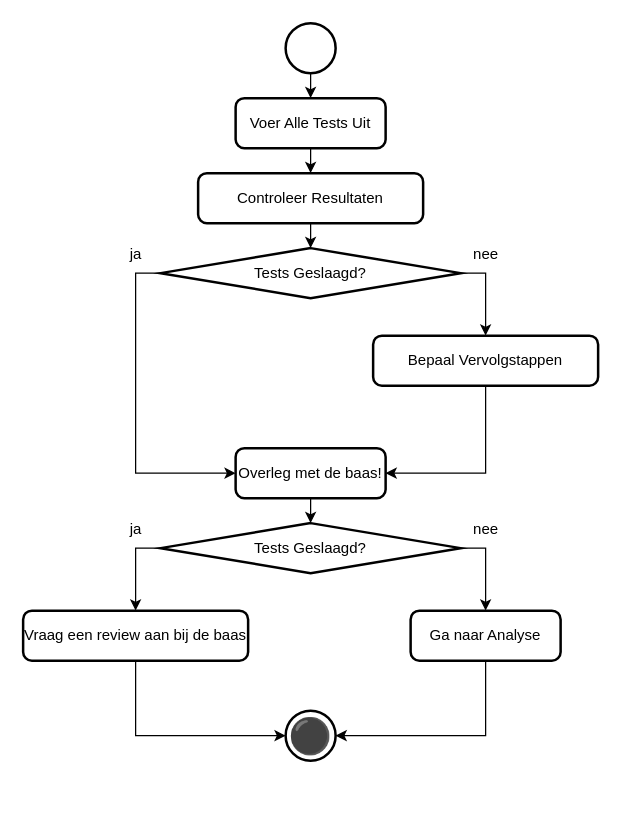
The draw.io diagram 5 Issue Tracker test.drawio in Zaibatsu89/IssueTracker, before the edit. Source tidied: cells renumbered, new cells numbered last; positions are measured from the earlier drawing's top-left corner, leaving out a move shared by most shapes. Both pictures are drawn from the tidied source at 125%, with x=0, y=0 at pixel (22, 22).
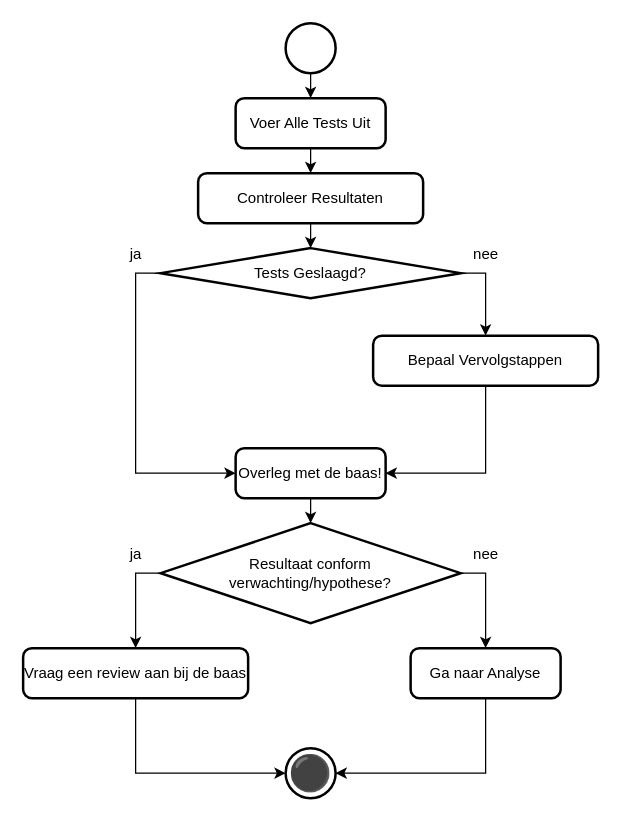
The same diagram, later.

Commit message (it also covers changes not shown here):
de hypothese/oplossingsrichting op momenten herevalueren, in flowcharts

What changed in the source:
```diff
@@
     <mxCell id="11" value="Vraag een review aan bij de baas" style="rounded=1;whiteSpace=wrap;html=1;absoluteArcSize=1;arcSize=14;strokeWidth=2;" parent="1" vertex="1">
-      <mxGeometry y="470" width="180" height="40" as="geometry" />
+      <mxGeometry y="500" width="180" height="40" as="geometry" />
     </mxCell>
@@
     <mxCell id="14" value="Ga naar Analyse" style="rounded=1;whiteSpace=wrap;html=1;absoluteArcSize=1;arcSize=14;strokeWidth=2;" parent="1" vertex="1">
-      <mxGeometry x="310" y="470" width="120" height="40" as="geometry" />
+      <mxGeometry x="310" y="500" width="120" height="40" as="geometry" />
     </mxCell>
     <mxCell id="15" value="⚫" style="strokeWidth=2;html=1;shape=mxgraph.flowchart.start_2;whiteSpace=wrap;fontSize=28;" parent="1" vertex="1">
-      <mxGeometry x="210" y="550" width="40" height="40" as="geometry" />
+      <mxGeometry x="210" y="580" width="40" height="40" as="geometry" />
     </mxCell>
@@
-    <mxCell id="21" value="Tests Geslaagd?" style="strokeWidth=2;html=1;shape=mxgraph.flowchart.decision;whiteSpace=wrap;" parent="1" vertex="1">
-      <mxGeometry x="110" y="400" width="240" height="40" as="geometry" />
+    <mxCell id="21" value="Resultaat conform&lt;br&gt;verwachting/hypothese?" style="strokeWidth=2;html=1;shape=mxgraph.flowchart.decision;whiteSpace=wrap;" parent="1" vertex="1">
+      <mxGeometry x="110" y="400" width="240" height="80" as="geometry" />
     </mxCell>
     <mxCell id="22" value="ja" style="text;html=1;align=center;verticalAlign=middle;strokeColor=none;fillColor=none;" parent="1" vertex="1">
-      <mxGeometry x="75" y="390" width="30" height="30" as="geometry" />
+      <mxGeometry x="75" y="410" width="30" height="30" as="geometry" />
     </mxCell>
     <mxCell id="23" value="nee" style="text;html=1;align=center;verticalAlign=middle;strokeColor=none;fillColor=none;" parent="1" vertex="1">
-      <mxGeometry x="350" y="390" width="40" height="30" as="geometry" />
+      <mxGeometry x="350" y="410" width="40" height="30" as="geometry" />
     </mxCell>
```
